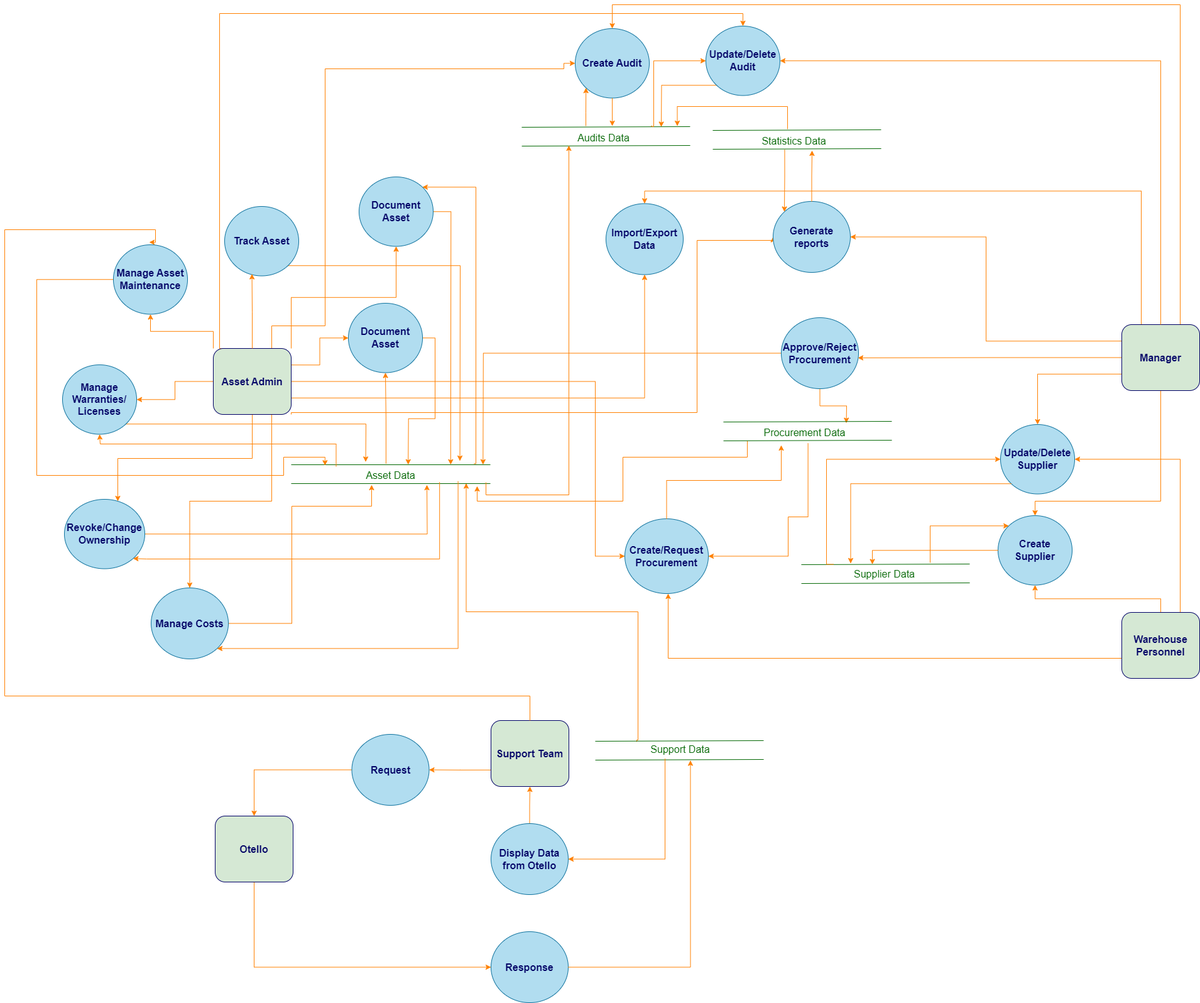
kxh03/itam keeps this draw.io diagram as diagrams/itam-dfd/itam-dfd-level-2.png. Above is the earlier version. Source tidied: cells renumbered, new cells last; positions are measured from the earlier drawing's top-left corner, leaving out a move shared by most shapes.
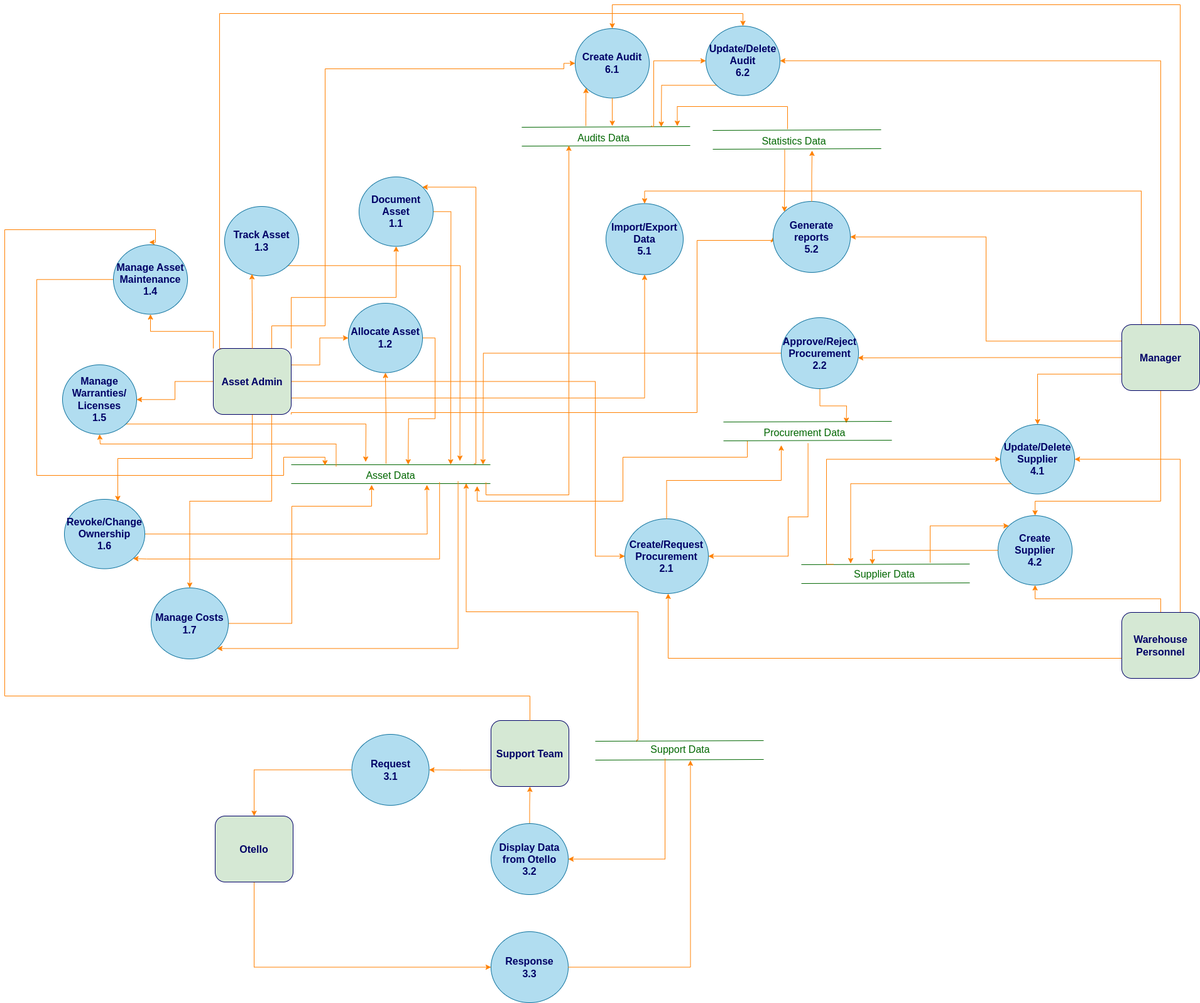
Above is the later version.

What changed in the source:
```diff
@@ -74,7 +74,7 @@
         </Array>
       </mxGeometry>
     </mxCell>
-    <mxCell id="15" value="&lt;font size=&quot;1&quot; color=&quot;#000066&quot;&gt;&lt;b style=&quot;font-size: 16px;&quot;&gt;Create Supplier&lt;/b&gt;&lt;/font&gt;" style="ellipse;whiteSpace=wrap;html=1;fontSize=12;fillColor=#B1DDF0;strokeColor=#10739E;" parent="1" vertex="1">
+    <mxCell id="15" value="&lt;font size=&quot;1&quot; color=&quot;#000066&quot;&gt;&lt;b style=&quot;font-size: 16px;&quot;&gt;Create Supplier&lt;br&gt;4.2&lt;br&gt;&lt;/b&gt;&lt;/font&gt;" style="ellipse;whiteSpace=wrap;html=1;fontSize=12;fillColor=#B1DDF0;strokeColor=#10739E;" parent="1" vertex="1">
       <mxGeometry x="1581" y="813" width="118" height="110.5" as="geometry" />
     </mxCell>
     <mxCell id="16" style="edgeStyle=orthogonalEdgeStyle;rounded=0;jettySize=auto;html=1;exitX=0;exitY=0.75;exitDx=0;exitDy=0;entryX=1;entryY=0.5;entryDx=0;entryDy=0;strokeColor=#FF8000;" parent="1" edge="1" source="18" target="49">
@@ -134,7 +134,7 @@
     <mxCell id="27" value="&lt;font color=&quot;#006600&quot; style=&quot;font-size: 16px;&quot;&gt;Asset Data&lt;/font&gt;" style="text;html=1;align=center;verticalAlign=middle;points=[];strokeColor=none;fillColor=none;" parent="1" vertex="1">
       <mxGeometry x="566" y="733" width="96" height="31" as="geometry" />
     </mxCell>
-    <mxCell id="28" value="&lt;font color=&quot;#000066&quot;&gt;&lt;span style=&quot;font-size: 16px;&quot;&gt;&lt;b&gt;Create/Request Procurement&lt;/b&gt;&lt;/span&gt;&lt;/font&gt;" style="ellipse;whiteSpace=wrap;html=1;fontSize=12;fillColor=#B1DDF0;strokeColor=#10739E;" parent="1" vertex="1">
+    <mxCell id="28" value="&lt;font color=&quot;#000066&quot;&gt;&lt;span style=&quot;font-size: 16px;&quot;&gt;&lt;b&gt;Create/Request Procurement&lt;br&gt;2.1&lt;br&gt;&lt;/b&gt;&lt;/span&gt;&lt;/font&gt;" style="ellipse;whiteSpace=wrap;html=1;fontSize=12;fillColor=#B1DDF0;strokeColor=#10739E;" parent="1" vertex="1">
       <mxGeometry x="987" y="818" width="133" height="119" as="geometry" />
     </mxCell>
     <mxCell id="29" style="edgeStyle=orthogonalEdgeStyle;rounded=0;jettySize=auto;html=1;exitX=1;exitY=0.5;exitDx=0;exitDy=0;strokeColor=#FF8000;" parent="1" edge="1" source="30">
@@ -142,7 +142,7 @@
         <mxPoint x="642.2" y="731.8" as="targetPoint" />
       </mxGeometry>
     </mxCell>
-    <mxCell id="30" value="&lt;font size=&quot;1&quot; color=&quot;#000066&quot;&gt;&lt;b style=&quot;font-size: 16px;&quot;&gt;Document Asset&lt;/b&gt;&lt;/font&gt;" style="ellipse;whiteSpace=wrap;html=1;fontSize=12;fillColor=#B1DDF0;strokeColor=#10739E;" parent="1" vertex="1">
+    <mxCell id="30" value="&lt;font size=&quot;1&quot; color=&quot;#000066&quot;&gt;&lt;b style=&quot;font-size: 16px;&quot;&gt;Allocate Asset&lt;br&gt;1.2&lt;br&gt;&lt;/b&gt;&lt;/font&gt;" style="ellipse;whiteSpace=wrap;html=1;fontSize=12;fillColor=#B1DDF0;strokeColor=#10739E;" parent="1" vertex="1">
       <mxGeometry x="547" y="475" width="118" height="110.5" as="geometry" />
     </mxCell>
     <mxCell id="31" style="edgeStyle=orthogonalEdgeStyle;rounded=0;jettySize=auto;html=1;exitX=1;exitY=1;exitDx=0;exitDy=0;strokeColor=#FF8000;" parent="1" edge="1" source="32">
@@ -150,7 +150,7 @@
         <mxPoint x="724.5" y="726" as="targetPoint" />
       </mxGeometry>
     </mxCell>
-    <mxCell id="32" value="&lt;font color=&quot;#000066&quot;&gt;&lt;span style=&quot;font-size: 16px;&quot;&gt;&lt;b&gt;Track Asset&lt;/b&gt;&lt;/span&gt;&lt;/font&gt;" style="ellipse;whiteSpace=wrap;html=1;fontSize=12;fillColor=#B1DDF0;strokeColor=#10739E;" parent="1" vertex="1">
+    <mxCell id="32" value="&lt;font color=&quot;#000066&quot;&gt;&lt;span style=&quot;font-size: 16px;&quot;&gt;&lt;b&gt;Track Asset&lt;br&gt;1.3&lt;br&gt;&lt;/b&gt;&lt;/span&gt;&lt;/font&gt;" style="ellipse;whiteSpace=wrap;html=1;fontSize=12;fillColor=#B1DDF0;strokeColor=#10739E;" parent="1" vertex="1">
       <mxGeometry x="350" y="321" width="118" height="110.5" as="geometry" />
     </mxCell>
     <mxCell id="33" style="edgeStyle=orthogonalEdgeStyle;rounded=0;jettySize=auto;html=1;exitX=1;exitY=0.5;exitDx=0;exitDy=0;strokeColor=#FF8000;" parent="1" edge="1" source="35">
@@ -167,7 +167,7 @@
         </Array>
       </mxGeometry>
     </mxCell>
-    <mxCell id="35" value="&lt;b style=&quot;border-color: var(--border-color); color: rgb(0, 0, 102); font-size: 16px;&quot;&gt;Document Asset&lt;/b&gt;" style="ellipse;whiteSpace=wrap;html=1;fontSize=12;fillColor=#B1DDF0;strokeColor=#10739E;" parent="1" vertex="1">
+    <mxCell id="35" value="&lt;b style=&quot;border-color: var(--border-color); color: rgb(0, 0, 102); font-size: 16px;&quot;&gt;Document Asset&lt;br&gt;1.1&lt;br&gt;&lt;/b&gt;" style="ellipse;whiteSpace=wrap;html=1;fontSize=12;fillColor=#B1DDF0;strokeColor=#10739E;" parent="1" vertex="1">
       <mxGeometry x="564" y="274" width="118" height="110.5" as="geometry" />
     </mxCell>
     <mxCell id="36" style="edgeStyle=orthogonalEdgeStyle;rounded=0;jettySize=auto;html=1;exitX=1;exitY=0.5;exitDx=0;exitDy=0;strokeColor=#FF8000;" parent="1" edge="1" source="38">
@@ -184,7 +184,7 @@
         </Array>
       </mxGeometry>
     </mxCell>
-    <mxCell id="38" value="&lt;font size=&quot;1&quot; color=&quot;#000066&quot;&gt;&lt;b style=&quot;font-size: 16px;&quot;&gt;Revoke/Change Ownership&lt;/b&gt;&lt;/font&gt;" style="ellipse;whiteSpace=wrap;html=1;fontSize=12;fillColor=#B1DDF0;strokeColor=#10739E;" parent="1" vertex="1">
+    <mxCell id="38" value="&lt;font size=&quot;1&quot; color=&quot;#000066&quot;&gt;&lt;b style=&quot;font-size: 16px;&quot;&gt;Revoke/Change Ownership&lt;br&gt;1.6&lt;br&gt;&lt;/b&gt;&lt;/font&gt;" style="ellipse;whiteSpace=wrap;html=1;fontSize=12;fillColor=#B1DDF0;strokeColor=#10739E;" parent="1" vertex="1">
       <mxGeometry x="95" y="787" width="128" height="110.5" as="geometry" />
     </mxCell>
     <mxCell id="39" style="edgeStyle=orthogonalEdgeStyle;rounded=0;jettySize=auto;html=1;exitX=1;exitY=1;exitDx=0;exitDy=0;strokeColor=#FF8000;" parent="1" edge="1" source="41">
@@ -201,7 +201,7 @@
         </Array>
       </mxGeometry>
     </mxCell>
-    <mxCell id="41" value="&lt;font size=&quot;1&quot; color=&quot;#000066&quot;&gt;&lt;b style=&quot;font-size: 16px;&quot;&gt;Manage Warranties/&lt;br&gt;Licenses&lt;/b&gt;&lt;/font&gt;" style="ellipse;whiteSpace=wrap;html=1;fontSize=12;fillColor=#B1DDF0;strokeColor=#10739E;" parent="1" vertex="1">
+    <mxCell id="41" value="&lt;font size=&quot;1&quot; color=&quot;#000066&quot;&gt;&lt;b style=&quot;font-size: 16px;&quot;&gt;Manage Warranties/&lt;br&gt;Licenses&lt;br&gt;1.5&lt;br&gt;&lt;/b&gt;&lt;/font&gt;" style="ellipse;whiteSpace=wrap;html=1;fontSize=12;fillColor=#B1DDF0;strokeColor=#10739E;" parent="1" vertex="1">
       <mxGeometry x="92" y="573" width="118" height="110.5" as="geometry" />
     </mxCell>
     <mxCell id="42" style="edgeStyle=orthogonalEdgeStyle;rounded=0;jettySize=auto;html=1;exitX=0;exitY=0.5;exitDx=0;exitDy=0;strokeColor=#FF8000;" parent="1" edge="1" source="45">
@@ -226,19 +226,19 @@
         </Array>
       </mxGeometry>
     </mxCell>
-    <mxCell id="45" value="&lt;font size=&quot;1&quot; color=&quot;#000066&quot;&gt;&lt;b style=&quot;font-size: 16px;&quot;&gt;Approve/Reject Procurement&lt;/b&gt;&lt;/font&gt;" style="ellipse;whiteSpace=wrap;html=1;fontSize=12;fillColor=#B1DDF0;strokeColor=#10739E;" parent="1" vertex="1">
+    <mxCell id="45" value="&lt;font size=&quot;1&quot; color=&quot;#000066&quot;&gt;&lt;b style=&quot;font-size: 16px;&quot;&gt;Approve/Reject Procurement&lt;br&gt;2.2&lt;br&gt;&lt;/b&gt;&lt;/font&gt;" style="ellipse;whiteSpace=wrap;html=1;fontSize=12;fillColor=#B1DDF0;strokeColor=#10739E;" parent="1" vertex="1">
       <mxGeometry x="1236" y="498" width="123" height="113" as="geometry" />
     </mxCell>
-    <mxCell id="46" value="&lt;font size=&quot;1&quot; color=&quot;#000066&quot;&gt;&lt;b style=&quot;font-size: 16px;&quot;&gt;Generate reports&lt;/b&gt;&lt;/font&gt;" style="ellipse;whiteSpace=wrap;html=1;fontSize=12;fillColor=#B1DDF0;strokeColor=#10739E;" parent="1" vertex="1">
+    <mxCell id="46" value="&lt;font size=&quot;1&quot; color=&quot;#000066&quot;&gt;&lt;b style=&quot;font-size: 16px;&quot;&gt;Generate reports&lt;br&gt;5.2&lt;br&gt;&lt;/b&gt;&lt;/font&gt;" style="ellipse;whiteSpace=wrap;html=1;fontSize=12;fillColor=#B1DDF0;strokeColor=#10739E;" parent="1" vertex="1">
       <mxGeometry x="1223" y="313" width="123" height="113" as="geometry" />
     </mxCell>
-    <mxCell id="47" value="&lt;font size=&quot;1&quot; color=&quot;#000066&quot;&gt;&lt;b style=&quot;font-size: 16px;&quot;&gt;Import/Export Data&lt;/b&gt;&lt;/font&gt;" style="ellipse;whiteSpace=wrap;html=1;fontSize=12;fillColor=#B1DDF0;strokeColor=#10739E;" parent="1" vertex="1">
+    <mxCell id="47" value="&lt;font size=&quot;1&quot; color=&quot;#000066&quot;&gt;&lt;b style=&quot;font-size: 16px;&quot;&gt;Import/Export Data&lt;br&gt;5.1&lt;br&gt;&lt;/b&gt;&lt;/font&gt;" style="ellipse;whiteSpace=wrap;html=1;fontSize=12;fillColor=#B1DDF0;strokeColor=#10739E;" parent="1" vertex="1">
       <mxGeometry x="957" y="316.5" width="123" height="113" as="geometry" />
     </mxCell>
     <mxCell id="48" style="edgeStyle=orthogonalEdgeStyle;rounded=0;jettySize=auto;html=1;exitX=0;exitY=0.5;exitDx=0;exitDy=0;strokeColor=#FF8000;" parent="1" edge="1" source="49" target="62">
       <mxGeometry relative="1" as="geometry" />
     </mxCell>
-    <mxCell id="49" value="&lt;font size=&quot;1&quot; color=&quot;#000066&quot;&gt;&lt;b style=&quot;font-size: 16px;&quot;&gt;Request&lt;/b&gt;&lt;/font&gt;" style="ellipse;whiteSpace=wrap;html=1;fontSize=12;fillColor=#B1DDF0;strokeColor=#10739E;" parent="1" vertex="1">
+    <mxCell id="49" value="&lt;font size=&quot;1&quot; color=&quot;#000066&quot;&gt;&lt;b style=&quot;font-size: 16px;&quot;&gt;Request&lt;br&gt;3.1&lt;br&gt;&lt;/b&gt;&lt;/font&gt;" style="ellipse;whiteSpace=wrap;html=1;fontSize=12;fillColor=#B1DDF0;strokeColor=#10739E;" parent="1" vertex="1">
       <mxGeometry x="552.5" y="1161" width="123" height="113" as="geometry" />
     </mxCell>
     <mxCell id="50" style="edgeStyle=orthogonalEdgeStyle;rounded=0;jettySize=auto;html=1;exitX=1;exitY=0.5;exitDx=0;exitDy=0;strokeColor=#FF8000;" parent="1" edge="1" source="52" target="27">
@@ -258,7 +258,7 @@
         </Array>
       </mxGeometry>
     </mxCell>
-    <mxCell id="52" value="&lt;font color=&quot;#000066&quot;&gt;&lt;span style=&quot;font-size: 16px;&quot;&gt;&lt;b&gt;Manage Costs&lt;/b&gt;&lt;/span&gt;&lt;/font&gt;" style="ellipse;whiteSpace=wrap;html=1;fontSize=12;fillColor=#B1DDF0;strokeColor=#10739E;" parent="1" vertex="1">
+    <mxCell id="52" value="&lt;font color=&quot;#000066&quot;&gt;&lt;span style=&quot;font-size: 16px;&quot;&gt;&lt;b&gt;Manage Costs&lt;br&gt;1.7&lt;br&gt;&lt;/b&gt;&lt;/span&gt;&lt;/font&gt;" style="ellipse;whiteSpace=wrap;html=1;fontSize=12;fillColor=#B1DDF0;strokeColor=#10739E;" parent="1" vertex="1">
       <mxGeometry x="233" y="928" width="123" height="113" as="geometry" />
     </mxCell>
     <mxCell id="53" style="edgeStyle=orthogonalEdgeStyle;rounded=0;jettySize=auto;html=1;exitX=0;exitY=0.5;exitDx=0;exitDy=0;strokeColor=#FF8000;" parent="1" edge="1" source="55">
@@ -285,10 +285,10 @@
         </Array>
       </mxGeometry>
     </mxCell>
-    <mxCell id="55" value="&lt;b style=&quot;border-color: var(--border-color); color: rgb(0, 0, 102); font-size: 16px;&quot;&gt;Manage Asset Maintenance&lt;/b&gt;" style="ellipse;whiteSpace=wrap;html=1;fontSize=12;fillColor=#B1DDF0;strokeColor=#10739E;" parent="1" vertex="1">
+    <mxCell id="55" value="&lt;b style=&quot;border-color: var(--border-color); color: rgb(0, 0, 102); font-size: 16px;&quot;&gt;Manage Asset Maintenance&lt;br&gt;1.4&lt;br&gt;&lt;/b&gt;" style="ellipse;whiteSpace=wrap;html=1;fontSize=12;fillColor=#B1DDF0;strokeColor=#10739E;" parent="1" vertex="1">
       <mxGeometry x="173" y="382" width="118" height="110.5" as="geometry" />
     </mxCell>
-    <mxCell id="56" value="&lt;font color=&quot;#000066&quot;&gt;&lt;span style=&quot;font-size: 16px;&quot;&gt;&lt;b&gt;Create Audit&lt;/b&gt;&lt;/span&gt;&lt;/font&gt;" style="ellipse;whiteSpace=wrap;html=1;fontSize=12;fillColor=#B1DDF0;strokeColor=#10739E;" parent="1" vertex="1">
+    <mxCell id="56" value="&lt;font color=&quot;#000066&quot;&gt;&lt;span style=&quot;font-size: 16px;&quot;&gt;&lt;b&gt;Create Audit&lt;br&gt;6.1&lt;br&gt;&lt;/b&gt;&lt;/span&gt;&lt;/font&gt;" style="ellipse;whiteSpace=wrap;html=1;fontSize=12;fillColor=#B1DDF0;strokeColor=#10739E;" parent="1" vertex="1">
       <mxGeometry x="908" y="38" width="118" height="110.5" as="geometry" />
     </mxCell>
     <mxCell id="57" style="edgeStyle=orthogonalEdgeStyle;rounded=0;jettySize=auto;html=1;exitX=0;exitY=0.5;exitDx=0;exitDy=0;strokeColor=#FF8000;" parent="1" edge="1" source="60" target="28">
@@ -313,7 +313,7 @@
     <mxCell id="62" value="&lt;font color=&quot;#000066&quot;&gt;&lt;b&gt;Otello&lt;/b&gt;&lt;/font&gt;" style="whiteSpace=wrap;html=1;fontSize=16;rounded=1;fillColor=#d5e8d4;strokeColor=#000066;" parent="1" vertex="1">
       <mxGeometry x="335" y="1291" width="124" height="105" as="geometry" />
     </mxCell>
-    <mxCell id="63" value="&lt;font size=&quot;1&quot; color=&quot;#000066&quot;&gt;&lt;b style=&quot;font-size: 16px;&quot;&gt;Response&lt;/b&gt;&lt;/font&gt;" style="ellipse;whiteSpace=wrap;html=1;fontSize=12;fillColor=#B1DDF0;strokeColor=#10739E;" parent="1" vertex="1">
+    <mxCell id="63" value="&lt;font size=&quot;1&quot; color=&quot;#000066&quot;&gt;&lt;b style=&quot;font-size: 16px;&quot;&gt;Response&lt;br&gt;3.3&lt;br&gt;&lt;/b&gt;&lt;/font&gt;" style="ellipse;whiteSpace=wrap;html=1;fontSize=12;fillColor=#B1DDF0;strokeColor=#10739E;" parent="1" vertex="1">
       <mxGeometry x="774" y="1475" width="123" height="113" as="geometry" />
     </mxCell>
     <mxCell id="64" style="edgeStyle=none;rounded=0;orthogonalLoop=1;jettySize=auto;html=1;fontSize=12;jumpStyle=arc;entryX=1;entryY=0.15;entryDx=0;entryDy=0;entryPerimeter=0;strokeColor=#006600;shape=link;width=30;" parent="1" edge="1">
@@ -364,7 +364,7 @@
     <mxCell id="74" style="edgeStyle=orthogonalEdgeStyle;rounded=0;jettySize=auto;html=1;exitX=0.5;exitY=0;exitDx=0;exitDy=0;entryX=0.5;entryY=1;entryDx=0;entryDy=0;strokeColor=#FF8000;" parent="1" edge="1" source="75" target="18">
       <mxGeometry relative="1" as="geometry" />
     </mxCell>
-    <mxCell id="75" value="&lt;font size=&quot;1&quot; color=&quot;#000066&quot;&gt;&lt;b style=&quot;font-size: 16px;&quot;&gt;Display Data from Otello&lt;/b&gt;&lt;/font&gt;" style="ellipse;whiteSpace=wrap;html=1;fontSize=12;fillColor=#B1DDF0;strokeColor=#10739E;" parent="1" vertex="1">
+    <mxCell id="75" value="&lt;font size=&quot;1&quot; color=&quot;#000066&quot;&gt;&lt;b style=&quot;font-size: 16px;&quot;&gt;Display Data from Otello&lt;br&gt;3.2&lt;br&gt;&lt;/b&gt;&lt;/font&gt;" style="ellipse;whiteSpace=wrap;html=1;fontSize=12;fillColor=#B1DDF0;strokeColor=#10739E;" parent="1" vertex="1">
       <mxGeometry x="774" y="1303" width="123" height="113" as="geometry" />
     </mxCell>
     <mxCell id="76" style="edgeStyle=orthogonalEdgeStyle;rounded=0;jettySize=auto;html=1;exitX=0.5;exitY=0;exitDx=0;exitDy=0;entryX=0.369;entryY=0.973;entryDx=0;entryDy=0;entryPerimeter=0;strokeColor=#FF8000;" parent="1" edge="1" source="13" target="32">
@@ -415,7 +415,7 @@
         </Array>
       </mxGeometry>
     </mxCell>
-    <mxCell id="86" value="&lt;font color=&quot;#000066&quot;&gt;&lt;span style=&quot;font-size: 16px;&quot;&gt;&lt;b&gt;Update/Delete Audit&lt;/b&gt;&lt;/span&gt;&lt;/font&gt;" style="ellipse;whiteSpace=wrap;html=1;fontSize=12;fillColor=#B1DDF0;strokeColor=#10739E;" parent="1" vertex="1">
+    <mxCell id="86" value="&lt;font color=&quot;#000066&quot;&gt;&lt;span style=&quot;font-size: 16px;&quot;&gt;&lt;b&gt;Update/Delete Audit&lt;br&gt;6.2&lt;br&gt;&lt;/b&gt;&lt;/span&gt;&lt;/font&gt;" style="ellipse;whiteSpace=wrap;html=1;fontSize=12;fillColor=#B1DDF0;strokeColor=#10739E;" parent="1" vertex="1">
       <mxGeometry x="1116" y="34" width="118" height="110.5" as="geometry" />
     </mxCell>
     <mxCell id="87" style="edgeStyle=orthogonalEdgeStyle;rounded=0;jettySize=auto;html=1;exitX=0.5;exitY=1;exitDx=0;exitDy=0;entryX=0.644;entryY=-0.096;entryDx=0;entryDy=0;entryPerimeter=0;strokeColor=#FF8000;" parent="1" edge="1" source="56" target="73">
@@ -433,7 +433,7 @@
         </Array>
       </mxGeometry>
     </mxCell>
-    <mxCell id="90" value="&lt;font size=&quot;1&quot; color=&quot;#000066&quot;&gt;&lt;b style=&quot;font-size: 16px;&quot;&gt;Update/Delete Supplier&lt;/b&gt;&lt;/font&gt;" style="ellipse;whiteSpace=wrap;html=1;fontSize=12;fillColor=#B1DDF0;strokeColor=#10739E;" parent="1" vertex="1">
+    <mxCell id="90" value="&lt;font size=&quot;1&quot; color=&quot;#000066&quot;&gt;&lt;b style=&quot;font-size: 16px;&quot;&gt;Update/Delete Supplier&lt;br&gt;4.1&lt;br&gt;&lt;/b&gt;&lt;/font&gt;" style="ellipse;whiteSpace=wrap;html=1;fontSize=12;fillColor=#B1DDF0;strokeColor=#10739E;" parent="1" vertex="1">
       <mxGeometry x="1585" y="668" width="118" height="110.5" as="geometry" />
     </mxCell>
     <mxCell id="91" style="edgeStyle=orthogonalEdgeStyle;rounded=0;jettySize=auto;html=1;exitX=0;exitY=0.5;exitDx=0;exitDy=0;entryX=0.339;entryY=0.017;entryDx=0;entryDy=0;entryPerimeter=0;strokeColor=#FF8000;" parent="1" edge="1" source="15" target="71">
```
